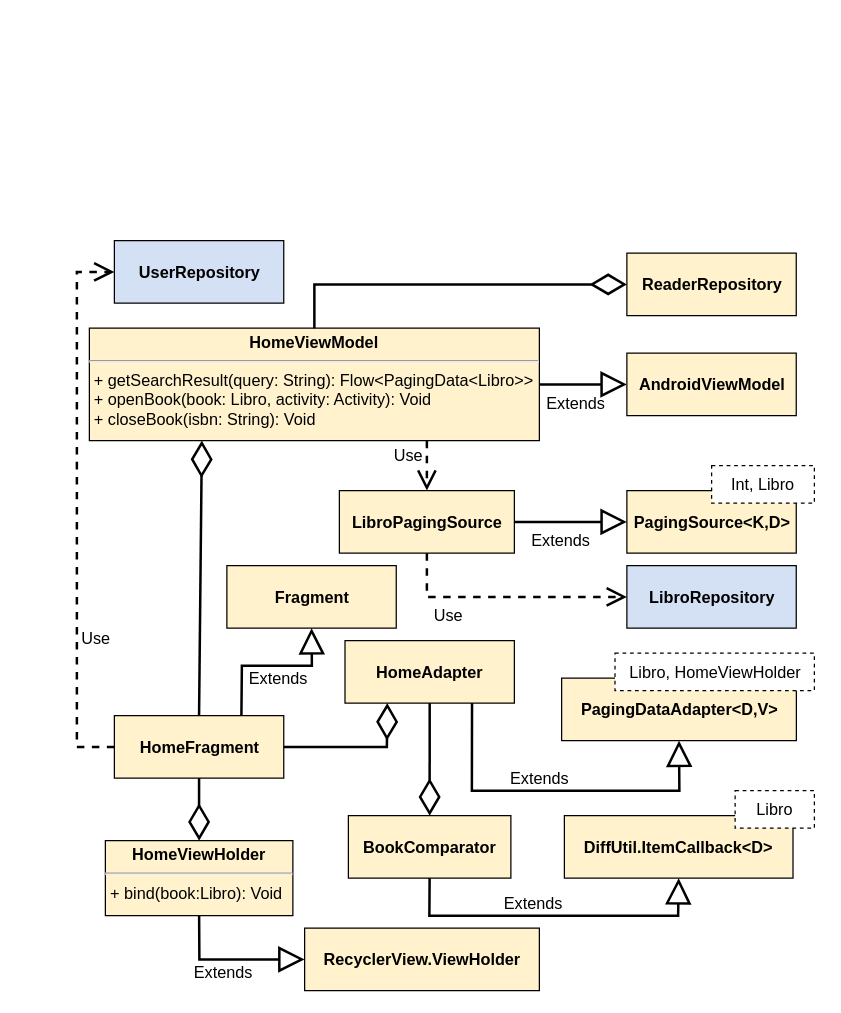
Before: page "24-androidviewuml" (19 of 19) of tesi.drawio in paganellif/tesi-paganelli, a draw.io diagram. Source tidied: cells renumbered, new cells numbered last; positions are measured from the earlier drawing's top-left corner, leaving out a move shared by most shapes. Both pictures are drawn from the tidied source at 125%, with x=0, y=0 at pixel (76, 240).
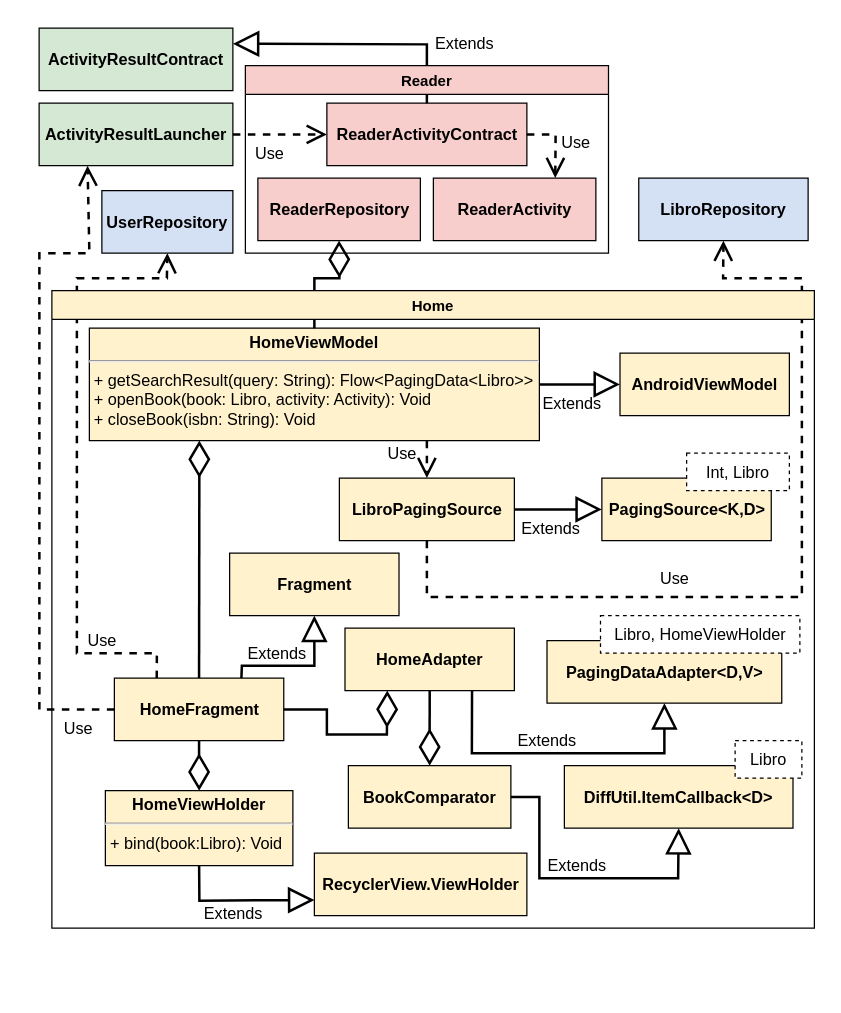
Above is the later version.

The change refers to these unchanged cells:
```xml
<mxCell id="6" value="&lt;p style=&quot;margin: 4px 0px 0px; text-align: center;&quot;&gt;&lt;b&gt;HomeViewModel&lt;/b&gt;&lt;/p&gt;&lt;hr style=&quot;&quot;&gt;&lt;p style=&quot;margin: 0px 0px 0px 4px;&quot;&gt;&lt;span style=&quot;background-color: initial;&quot;&gt;&lt;font style=&quot;font-size: 13px;&quot;&gt;+ getSearchResult(query: String): Flow&amp;lt;PagingData&amp;lt;Libro&amp;gt;&amp;gt;&lt;/font&gt;&lt;/span&gt;&lt;/p&gt;&lt;p style=&quot;margin: 0px 0px 0px 4px;&quot;&gt;&lt;span style=&quot;background-color: initial;&quot;&gt;&lt;font style=&quot;font-size: 13px;&quot;&gt;+ openBook(book: Libro, activity: Activity): Void&lt;/font&gt;&lt;/span&gt;&lt;/p&gt;&lt;p style=&quot;margin: 0px 0px 0px 4px;&quot;&gt;&lt;span style=&quot;background-color: initial;&quot;&gt;&lt;font style=&quot;font-size: 13px;&quot;&gt;+ closeBook(isbn: String): Void&lt;/font&gt;&lt;/span&gt;&lt;/p&gt;" style="verticalAlign=top;align=left;overflow=fill;fontSize=13;fontFamily=Helvetica;html=1;fillColor=#FFF2CC;strokeColor=#000000;strokeWidth=1;" parent="1" vertex="1">
  <mxGeometry x="10" y="70" width="360" height="90" as="geometry" />
</mxCell>
```

The edit, as a diff of the source:
```diff
@@
     <mxCell id="3" value="&lt;b&gt;PagingSource&amp;lt;K,D&amp;gt;&lt;/b&gt;" style="html=1;rounded=0;fontSize=13;fontColor=default;strokeColor=default;fillColor=#FFF2CC;" parent="1" vertex="1">
-      <mxGeometry x="440" y="200" width="135.5" height="50" as="geometry" />
+      <mxGeometry x="420" y="190" width="135.5" height="50" as="geometry" />
     </mxCell>
     <mxCell id="4" value="Int, Libro" style="rounded=0;whiteSpace=wrap;html=1;dashed=1;fontSize=13;" parent="1" vertex="1">
-      <mxGeometry x="507.8" y="180" width="82.2" height="30" as="geometry" />
+      <mxGeometry x="487.8" y="170" width="82.2" height="30" as="geometry" />
     </mxCell>
     <mxCell id="5" value="&lt;b&gt;LibroRepository&lt;/b&gt;" style="html=1;rounded=0;fontSize=13;strokeColor=#000000;fillColor=#D4E1F5;" parent="1" vertex="1">
-      <mxGeometry x="440" y="260" width="135.5" height="50" as="geometry" />
+      <mxGeometry x="449.5" y="-50" width="135.5" height="50" as="geometry" />
     </mxCell>
@@
     <mxCell id="7" value="&lt;b&gt;AndroidViewModel&lt;/b&gt;" style="html=1;rounded=0;fontSize=13;fontColor=default;strokeColor=default;fillColor=#FFF2CC;" parent="1" vertex="1">
-      <mxGeometry x="440" y="90" width="135.5" height="50" as="geometry" />
+      <mxGeometry x="434.5" y="90" width="135.5" height="50" as="geometry" />
     </mxCell>
@@
     <mxCell id="9" value="Use" style="endArrow=open;endSize=12;dashed=1;html=1;rounded=0;labelBackgroundColor=none;fontSize=13;fontColor=default;strokeWidth=2;exitX=0.75;exitY=1;exitDx=0;exitDy=0;entryX=0.5;entryY=0;entryDx=0;entryDy=0;" parent="1" edge="1" source="6" target="16">
-      <mxGeometry x="-0.42" y="-15" relative="1" as="geometry" />
+      <mxGeometry x="-0.33" y="-20" relative="1" as="geometry" />
     </mxCell>
-    <mxCell id="10" value="&lt;b&gt;ReaderRepository&lt;/b&gt;" style="html=1;rounded=0;fontSize=13;fontColor=default;strokeColor=default;fillColor=#FFF2CC;" parent="1" vertex="1">
-      <mxGeometry x="440" y="10" width="135.5" height="50" as="geometry" />
-    </mxCell>
-    <mxCell id="11" style="endArrow=diamondThin;endFill=0;endSize=24;html=1;rounded=0;fontSize=13;entryX=0;entryY=0.5;entryDx=0;entryDy=0;exitX=0.5;exitY=0;exitDx=0;exitDy=0;strokeWidth=2;" parent="1" edge="1" source="6" target="10">
+    <mxCell id="11" style="endArrow=diamondThin;endFill=0;endSize=24;html=1;rounded=0;fontSize=13;entryX=0.5;entryY=1;entryDx=0;entryDy=0;exitX=0.5;exitY=0;exitDx=0;exitDy=0;strokeWidth=2;" parent="1" edge="1" source="6">
       <mxGeometry relative="1" as="geometry">
+        <mxPoint x="209.8" as="targetPoint" />
         <Array as="points">
-          <mxPoint x="190" y="35" />
+          <mxPoint x="190" y="30" />
+          <mxPoint x="210" y="30" />
         </Array>
       </mxGeometry>
     </mxCell>
-    <mxCell id="12" value="&lt;b&gt;HomeFragment&lt;/b&gt;" style="html=1;rounded=0;fontSize=13;fontColor=default;strokeColor=default;fillColor=#FFF2CC;" parent="1" vertex="1">
-      <mxGeometry x="30" y="380" width="135.5" height="50" as="geometry" />
-    </mxCell>
     <mxCell id="13" value="&lt;b&gt;Fragment&lt;/b&gt;" style="html=1;rounded=0;fontSize=13;fontColor=default;strokeColor=default;fillColor=#FFF2CC;" parent="1" vertex="1">
-      <mxGeometry x="120" y="260" width="135.5" height="50" as="geometry" />
+      <mxGeometry x="122.2" y="250" width="135.5" height="50" as="geometry" />
     </mxCell>
     <mxCell id="14" value="Extends" style="endArrow=block;endSize=16;endFill=0;html=1;rounded=0;labelBackgroundColor=none;fontSize=13;fontColor=default;strokeWidth=2;exitX=0.75;exitY=0;exitDx=0;exitDy=0;entryX=0.5;entryY=1;entryDx=0;entryDy=0;" parent="1" edge="1" source="12" target="13">
-      <mxGeometry x="0.09" y="-10" relative="1" as="geometry">
+      <mxGeometry x="-0.3" y="10" relative="1" as="geometry">
         <Array as="points">
           <mxPoint x="132" y="340" />
-          <mxPoint x="188" y="340" />
+          <mxPoint x="190" y="340" />
         </Array>
       </mxGeometry>
     </mxCell>
-    <mxCell id="15" style="endArrow=diamondThin;endFill=0;endSize=24;html=1;rounded=0;fontSize=13;entryX=0.25;entryY=1;entryDx=0;entryDy=0;exitX=0.5;exitY=0;exitDx=0;exitDy=0;strokeWidth=2;" parent="1" edge="1" source="12" target="6">
-      <mxGeometry relative="1" as="geometry" />
+    <mxCell id="15" style="endArrow=diamondThin;endFill=0;endSize=24;html=1;rounded=0;fontSize=13;exitX=0.5;exitY=0;exitDx=0;exitDy=0;strokeWidth=2;" parent="1" edge="1" source="12">
+      <mxGeometry relative="1" as="geometry">
+        <mxPoint x="98" y="160" as="targetPoint" />
+      </mxGeometry>
     </mxCell>
     <mxCell id="16" value="&lt;b&gt;LibroPagingSource&lt;/b&gt;" style="html=1;rounded=0;fontSize=13;fontColor=default;strokeColor=default;fillColor=#FFF2CC;" parent="1" vertex="1">
-      <mxGeometry x="210" y="200" width="140" height="50" as="geometry" />
+      <mxGeometry x="210" y="190" width="140" height="50" as="geometry" />
     </mxCell>
     <mxCell id="17" value="&lt;b&gt;HomeAdapter&lt;/b&gt;" style="html=1;rounded=0;fontSize=13;fontColor=default;strokeColor=default;fillColor=#FFF2CC;" parent="1" vertex="1">
-      <mxGeometry x="214.5" y="320" width="135.5" height="50" as="geometry" />
+      <mxGeometry x="214.5" y="310" width="135.5" height="50" as="geometry" />
     </mxCell>
     <mxCell id="18" value="Extends" style="endArrow=block;endSize=16;endFill=0;html=1;rounded=0;labelBackgroundColor=none;fontSize=13;fontColor=default;strokeWidth=2;exitX=0.75;exitY=1;exitDx=0;exitDy=0;entryX=0.5;entryY=1;entryDx=0;entryDy=0;" parent="1" edge="1" source="17" target="19">
       <mxGeometry x="-0.1" y="10" relative="1" as="geometry">
         <Array as="points">
-          <mxPoint x="316" y="440" />
-          <mxPoint x="482" y="440" />
+          <mxPoint x="316" y="410" />
+          <mxPoint x="470" y="410" />
         </Array>
       </mxGeometry>
     </mxCell>
-    <mxCell id="19" value="&lt;b&gt;PagingDataAdapter&amp;lt;D,V&amp;gt;&lt;/b&gt;" style="html=1;rounded=0;fontSize=13;fontColor=default;strokeColor=default;fillColor=#FFF2CC;" parent="1" vertex="1">
-      <mxGeometry x="387.8" y="350" width="187.8" height="50" as="geometry" />
-    </mxCell>
-    <mxCell id="20" value="Libro, HomeViewHolder" style="rounded=0;whiteSpace=wrap;html=1;dashed=1;fontSize=13;" parent="1" vertex="1">
-      <mxGeometry x="430.5" y="330" width="159.5" height="30" as="geometry" />
-    </mxCell>
     <mxCell id="21" style="endArrow=diamondThin;endFill=0;endSize=24;html=1;rounded=0;fontSize=13;entryX=0.25;entryY=1;entryDx=0;entryDy=0;exitX=1;exitY=0.5;exitDx=0;exitDy=0;strokeWidth=2;" parent="1" edge="1" source="12" target="17">
       <mxGeometry relative="1" as="geometry">
         <Array as="points">
-          <mxPoint x="248" y="405" />
+          <mxPoint x="200" y="375" />
+          <mxPoint x="200" y="395" />
+          <mxPoint x="248" y="395" />
         </Array>
       </mxGeometry>
     </mxCell>
-    <mxCell id="22" value="&lt;b&gt;BookComparator&lt;/b&gt;" style="html=1;rounded=0;fontSize=13;fontColor=default;strokeColor=default;fillColor=#FFF2CC;" parent="1" vertex="1">
-      <mxGeometry x="217.2" y="460" width="130" height="50" as="geometry" />
-    </mxCell>
@@
-    <mxCell id="24" value="Extends" style="endArrow=block;endSize=16;endFill=0;html=1;rounded=0;labelBackgroundColor=none;fontSize=13;fontColor=default;strokeWidth=2;entryX=0.5;entryY=1;entryDx=0;entryDy=0;exitX=0.5;exitY=1;exitDx=0;exitDy=0;" parent="1" edge="1" source="22" target="25">
-      <mxGeometry x="-0.13" y="10" relative="1" as="geometry">
-        <Array as="points">
-          <mxPoint x="282" y="540" />
-          <mxPoint x="481" y="540" />
-        </Array>
-      </mxGeometry>
-    </mxCell>
-    <mxCell id="25" value="&lt;b&gt;DiffUtil.ItemCallback&amp;lt;D&amp;gt;&lt;/b&gt;" style="html=1;rounded=0;fontSize=13;fontColor=default;strokeColor=default;fillColor=#FFF2CC;" parent="1" vertex="1">
-      <mxGeometry x="390" y="460" width="182.9" height="50" as="geometry" />
-    </mxCell>
-    <mxCell id="26" value="Libro" style="rounded=0;whiteSpace=wrap;html=1;dashed=1;fontSize=13;" parent="1" vertex="1">
-      <mxGeometry x="526.6" y="440" width="63.4" height="30" as="geometry" />
-    </mxCell>
-    <mxCell id="27" value="&lt;p style=&quot;margin: 4px 0px 0px; text-align: center;&quot;&gt;&lt;b&gt;HomeViewHolder&lt;/b&gt;&lt;/p&gt;&lt;hr style=&quot;&quot;&gt;&lt;p style=&quot;margin: 0px 0px 0px 4px;&quot;&gt;&lt;span style=&quot;background-color: initial;&quot;&gt;&lt;font style=&quot;font-size: 13px;&quot;&gt;+ bind(book:Libro): Void&lt;/font&gt;&lt;/span&gt;&lt;/p&gt;" style="verticalAlign=top;align=left;overflow=fill;fontSize=13;fontFamily=Helvetica;html=1;fillColor=#FFF2CC;strokeColor=#000000;strokeWidth=1;" parent="1" vertex="1">
-      <mxGeometry x="22.8" y="480" width="150" height="60" as="geometry" />
-    </mxCell>
-    <mxCell id="28" style="endArrow=diamondThin;endFill=0;endSize=24;html=1;rounded=0;fontSize=13;entryX=0.5;entryY=0;entryDx=0;entryDy=0;exitX=0.5;exitY=1;exitDx=0;exitDy=0;strokeWidth=2;" parent="1" edge="1" source="12" target="27">
-      <mxGeometry relative="1" as="geometry" />
-    </mxCell>
-    <mxCell id="29" value="Extends" style="endArrow=block;endSize=16;endFill=0;html=1;rounded=0;labelBackgroundColor=none;fontSize=13;fontColor=default;strokeWidth=2;entryX=0;entryY=0.5;entryDx=0;entryDy=0;exitX=0.5;exitY=1;exitDx=0;exitDy=0;" parent="1" edge="1" source="27" target="30">
-      <mxGeometry x="-0.09" y="-10" relative="1" as="geometry">
-        <Array as="points">
-          <mxPoint x="98" y="575" />
-        </Array>
-      </mxGeometry>
-    </mxCell>
-    <mxCell id="30" value="&lt;b&gt;RecyclerView.ViewHolder&lt;/b&gt;" style="html=1;rounded=0;fontSize=13;fontColor=default;strokeColor=default;fillColor=#FFF2CC;" parent="1" vertex="1">
-      <mxGeometry x="182.2" y="550" width="187.8" height="50" as="geometry" />
-    </mxCell>
-    <mxCell id="31" value="Use" style="endArrow=open;endSize=12;dashed=1;html=1;rounded=0;labelBackgroundColor=none;fontSize=13;fontColor=default;strokeWidth=2;exitX=0.5;exitY=1;exitDx=0;exitDy=0;entryX=0;entryY=0.5;entryDx=0;entryDy=0;" parent="1" edge="1" source="16" target="5">
-      <mxGeometry x="-0.47" y="-15" relative="1" as="geometry">
+    <mxCell id="31" value="Use" style="endArrow=open;endSize=12;dashed=1;html=1;rounded=0;labelBackgroundColor=none;fontSize=13;fontColor=default;strokeWidth=2;exitX=0.5;exitY=1;exitDx=0;exitDy=0;entryX=0.5;entryY=1;entryDx=0;entryDy=0;" parent="1" edge="1" source="16" target="5">
+      <mxGeometry x="-0.3" y="15" relative="1" as="geometry">
         <Array as="points">
           <mxPoint x="280" y="285" />
+          <mxPoint x="580" y="285" />
+          <mxPoint x="580" y="30" />
+          <mxPoint x="517" y="30" />
         </Array>
       </mxGeometry>
     </mxCell>
     <mxCell id="32" value="&lt;b&gt;UserRepository&lt;/b&gt;" style="html=1;rounded=0;fontSize=13;strokeColor=#000000;fillColor=#D4E1F5;" parent="1" vertex="1">
-      <mxGeometry x="30" width="135.5" height="50" as="geometry" />
+      <mxGeometry x="20" y="-40" width="104.8" height="50" as="geometry" />
     </mxCell>
-    <mxCell id="33" value="Use" style="endArrow=open;endSize=12;dashed=1;html=1;rounded=0;labelBackgroundColor=none;fontSize=13;fontColor=default;strokeWidth=2;exitX=0;exitY=0.5;exitDx=0;exitDy=0;entryX=0;entryY=0.5;entryDx=0;entryDy=0;" parent="1" edge="1" source="12" target="32">
-      <mxGeometry x="-0.47" y="-15" relative="1" as="geometry">
+    <mxCell id="33" value="Use" style="endArrow=open;endSize=12;dashed=1;html=1;rounded=0;labelBackgroundColor=none;fontSize=13;fontColor=default;strokeWidth=2;exitX=0.25;exitY=0;exitDx=0;exitDy=0;entryX=0.5;entryY=1;entryDx=0;entryDy=0;" parent="1" edge="1" source="12" target="32">
+      <mxGeometry x="-0.73" y="-10" relative="1" as="geometry">
         <Array as="points">
-          <mxPoint y="405" />
-          <mxPoint y="25" />
+          <mxPoint x="64" y="330" />
+          <mxPoint y="330" />
+          <mxPoint y="30" />
+          <mxPoint x="72" y="30" />
         </Array>
       </mxGeometry>
     </mxCell>
+    <mxCell id="34" value="Home" style="swimlane;strokeColor=#000000;fillColor=#FFF2CC;gradientColor=none;" parent="1" vertex="1">
+      <mxGeometry x="-20" y="40" width="610" height="510" as="geometry" />
+    </mxCell>
+    <mxCell id="19" value="&lt;b&gt;PagingDataAdapter&amp;lt;D,V&amp;gt;&lt;/b&gt;" style="html=1;rounded=0;fontSize=13;fontColor=default;strokeColor=default;fillColor=#FFF2CC;" parent="34" vertex="1">
+      <mxGeometry x="396.1" y="280" width="187.8" height="50" as="geometry" />
+    </mxCell>
+    <mxCell id="20" value="Libro, HomeViewHolder" style="rounded=0;whiteSpace=wrap;html=1;dashed=1;fontSize=13;" parent="34" vertex="1">
+      <mxGeometry x="438.9" y="260" width="159.5" height="30" as="geometry" />
+    </mxCell>
+    <mxCell id="22" value="&lt;b&gt;BookComparator&lt;/b&gt;" style="html=1;rounded=0;fontSize=13;fontColor=default;strokeColor=default;fillColor=#FFF2CC;" parent="34" vertex="1">
+      <mxGeometry x="237.2" y="380" width="130" height="50" as="geometry" />
+    </mxCell>
+    <mxCell id="25" value="&lt;b&gt;DiffUtil.ItemCallback&amp;lt;D&amp;gt;&lt;/b&gt;" style="html=1;rounded=0;fontSize=13;fontColor=default;strokeColor=default;fillColor=#FFF2CC;" parent="34" vertex="1">
+      <mxGeometry x="410" y="380" width="182.9" height="50" as="geometry" />
+    </mxCell>
+    <mxCell id="26" value="Libro" style="rounded=0;whiteSpace=wrap;html=1;dashed=1;fontSize=13;" parent="34" vertex="1">
+      <mxGeometry x="546.6" y="360" width="53.4" height="30" as="geometry" />
+    </mxCell>
+    <mxCell id="24" value="Extends" style="endArrow=block;endSize=16;endFill=0;html=1;rounded=0;labelBackgroundColor=none;fontSize=13;fontColor=default;strokeWidth=2;entryX=0.5;entryY=1;entryDx=0;entryDy=0;exitX=1;exitY=0.5;exitDx=0;exitDy=0;" parent="34" edge="1" source="22" target="25">
+      <mxGeometry x="-0.01" y="10" relative="1" as="geometry">
+        <Array as="points">
+          <mxPoint x="390" y="405" />
+          <mxPoint x="390" y="470" />
+          <mxPoint x="501" y="470" />
+        </Array>
+      </mxGeometry>
+    </mxCell>
+    <mxCell id="12" value="&lt;b&gt;HomeFragment&lt;/b&gt;" style="html=1;rounded=0;fontSize=13;fontColor=default;strokeColor=default;fillColor=#FFF2CC;" parent="34" vertex="1">
+      <mxGeometry x="50" y="310" width="135.5" height="50" as="geometry" />
+    </mxCell>
+    <mxCell id="27" value="&lt;p style=&quot;margin: 4px 0px 0px; text-align: center;&quot;&gt;&lt;b&gt;HomeViewHolder&lt;/b&gt;&lt;/p&gt;&lt;hr style=&quot;&quot;&gt;&lt;p style=&quot;margin: 0px 0px 0px 4px;&quot;&gt;&lt;span style=&quot;background-color: initial;&quot;&gt;&lt;font style=&quot;font-size: 13px;&quot;&gt;+ bind(book:Libro): Void&lt;/font&gt;&lt;/span&gt;&lt;/p&gt;" style="verticalAlign=top;align=left;overflow=fill;fontSize=13;fontFamily=Helvetica;html=1;fillColor=#FFF2CC;strokeColor=#000000;strokeWidth=1;" parent="34" vertex="1">
+      <mxGeometry x="42.8" y="400" width="150" height="60" as="geometry" />
+    </mxCell>
+    <mxCell id="28" style="endArrow=diamondThin;endFill=0;endSize=24;html=1;rounded=0;fontSize=13;entryX=0.5;entryY=0;entryDx=0;entryDy=0;exitX=0.5;exitY=1;exitDx=0;exitDy=0;strokeWidth=2;" parent="34" edge="1" source="12" target="27">
+      <mxGeometry relative="1" as="geometry" />
+    </mxCell>
+    <mxCell id="30" value="&lt;b&gt;RecyclerView.ViewHolder&lt;/b&gt;" style="html=1;rounded=0;fontSize=13;fontColor=default;strokeColor=default;fillColor=#FFF2CC;" parent="34" vertex="1">
+      <mxGeometry x="210" y="450" width="170" height="50" as="geometry" />
+    </mxCell>
+    <mxCell id="29" value="Extends" style="endArrow=block;endSize=16;endFill=0;html=1;rounded=0;labelBackgroundColor=none;fontSize=13;fontColor=default;strokeWidth=2;entryX=0;entryY=0.75;entryDx=0;entryDy=0;exitX=0.5;exitY=1;exitDx=0;exitDy=0;" parent="34" edge="1" source="27" target="30">
+      <mxGeometry x="-0.09" y="-10" relative="1" as="geometry">
+        <Array as="points">
+          <mxPoint x="118" y="488" />
+        </Array>
+      </mxGeometry>
+    </mxCell>
+    <mxCell id="35" value="&lt;b&gt;ActivityResultLauncher&lt;/b&gt;" style="html=1;rounded=0;fontSize=13;strokeColor=#000000;fillColor=#d5e8d4;" parent="1" vertex="1">
+      <mxGeometry x="-30.2" y="-110" width="155" height="50" as="geometry" />
+    </mxCell>
+    <mxCell id="36" value="Use" style="endArrow=open;endSize=12;dashed=1;html=1;rounded=0;labelBackgroundColor=none;fontSize=13;fontColor=default;strokeWidth=2;exitX=0;exitY=0.5;exitDx=0;exitDy=0;entryX=0.25;entryY=1;entryDx=0;entryDy=0;" parent="1" edge="1" source="12" target="35">
+      <mxGeometry x="-0.89" y="15" relative="1" as="geometry">
+        <Array as="points">
+          <mxPoint x="-30" y="375" />
+          <mxPoint x="-30" y="10" />
+          <mxPoint x="10" y="10" />
+        </Array>
+      </mxGeometry>
+    </mxCell>
+    <mxCell id="37" value="Use" style="endArrow=open;endSize=12;dashed=1;html=1;rounded=0;labelBackgroundColor=none;fontSize=13;fontColor=default;strokeWidth=2;exitX=1;exitY=0.5;exitDx=0;exitDy=0;entryX=0;entryY=0.5;entryDx=0;entryDy=0;" parent="1" edge="1" source="35">
+      <mxGeometry x="-0.22" y="-15" relative="1" as="geometry">
+        <mxPoint x="200" y="-85" as="targetPoint" />
+      </mxGeometry>
+    </mxCell>
+    <mxCell id="38" value="&lt;b&gt;ActivityResultContract&lt;/b&gt;" style="html=1;rounded=0;fontSize=13;strokeColor=#000000;fillColor=#d5e8d4;" parent="1" vertex="1">
+      <mxGeometry x="-30.2" y="-170" width="155" height="50" as="geometry" />
+    </mxCell>
+    <mxCell id="39" value="&lt;b&gt;ReaderActivityContract&lt;/b&gt;" style="html=1;rounded=0;fontSize=13;fontColor=default;strokeColor=default;fillColor=#F8CECC;" parent="1" vertex="1">
+      <mxGeometry x="200" y="-110" width="160" height="50" as="geometry" />
+    </mxCell>
+    <mxCell id="10" value="&lt;b&gt;ReaderRepository&lt;/b&gt;" style="html=1;rounded=0;fontSize=13;fontColor=default;strokeColor=default;fillColor=#F8CECC;" parent="1" vertex="1">
+      <mxGeometry x="144.8" y="-50" width="130" height="50" as="geometry" />
+    </mxCell>
+    <mxCell id="40" value="&lt;b&gt;ReaderActivity&lt;/b&gt;" style="html=1;rounded=0;fontSize=13;fontColor=default;strokeColor=default;fillColor=#F8CECC;" parent="1" vertex="1">
+      <mxGeometry x="285.2" y="-50" width="130" height="50" as="geometry" />
+    </mxCell>
+    <mxCell id="41" value="Use" style="endArrow=open;endSize=12;dashed=1;html=1;rounded=0;labelBackgroundColor=none;fontSize=13;fontColor=default;strokeWidth=2;exitX=1;exitY=0.5;exitDx=0;exitDy=0;entryX=0.75;entryY=0;entryDx=0;entryDy=0;" parent="1" edge="1" source="39" target="40">
+      <mxGeometry x="0.01" y="15" relative="1" as="geometry">
+        <Array as="points">
+          <mxPoint x="383" y="-85" />
+        </Array>
+        <mxPoint x="1" as="offset" />
+      </mxGeometry>
+    </mxCell>
+    <mxCell id="42" value="Extends" style="endArrow=block;endSize=16;endFill=0;html=1;rounded=0;labelBackgroundColor=none;fontSize=13;fontColor=default;strokeWidth=2;entryX=1;entryY=0.25;entryDx=0;entryDy=0;exitX=0.5;exitY=0;exitDx=0;exitDy=0;" parent="1" edge="1" source="39" target="38">
+      <mxGeometry x="-0.54" y="-30" relative="1" as="geometry">
+        <Array as="points">
+          <mxPoint x="280" y="-157" />
+        </Array>
+        <mxPoint x="30" y="29" as="offset" />
+      </mxGeometry>
+    </mxCell>
+    <mxCell id="43" value="Reader" style="swimlane;strokeColor=#000000;fillColor=#f8cecc;" parent="1" vertex="1">
+      <mxGeometry x="134.8" y="-140" width="290.5" height="150" as="geometry" />
+    </mxCell>
```
